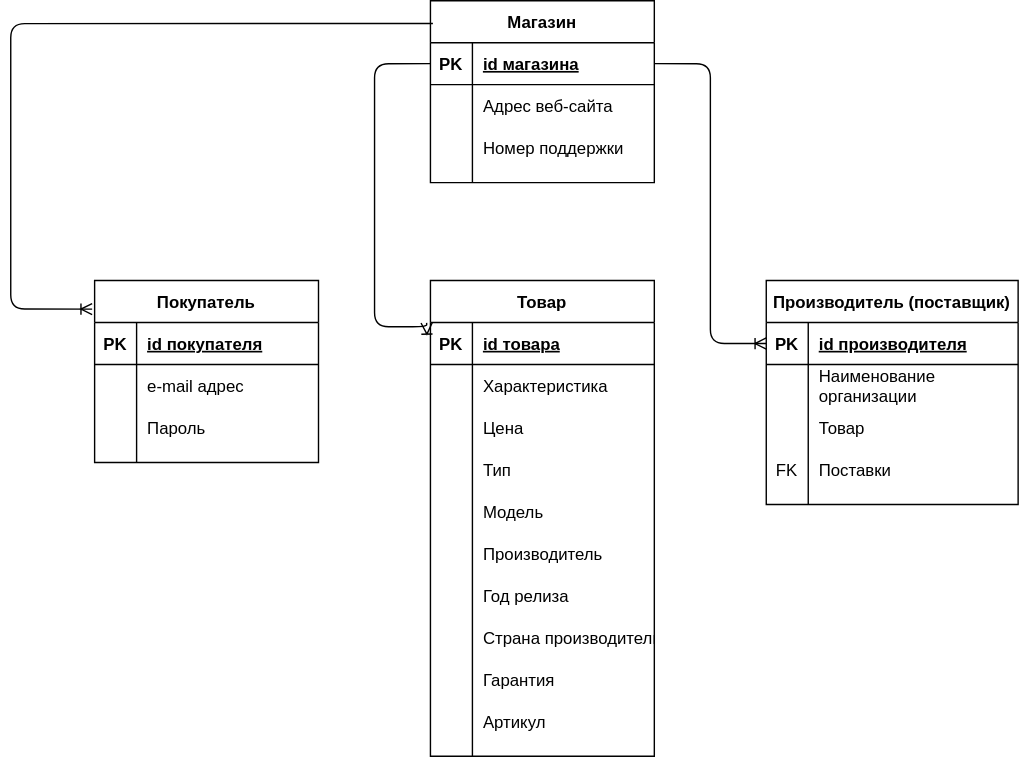
Earlier version of the draw.io export LogicDiag.svg (paw-wow/DataBase). Source tidied: cells renumbered, new cells last; positions are measured from the earlier drawing's top-left corner, leaving out a move shared by most shapes.
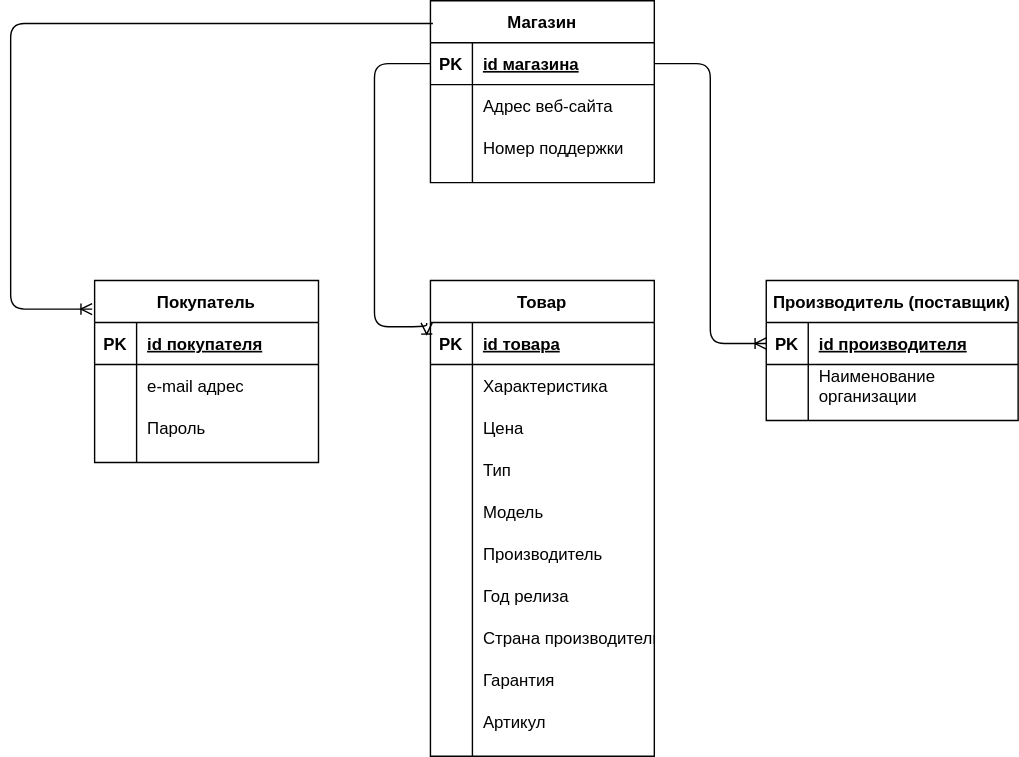
The same diagram one commit later.

Diff of the diagram source:
```diff
@@ -63,7 +63,7 @@
       <mxGeometry x="30" width="130" height="30" as="geometry" />
     </mxCell>
     <mxCell id="22" value="Производитель (поставщик)" style="shape=table;startSize=30;rowLines=0;fontStyle=1;align=center;" parent="1" vertex="1">
-      <mxGeometry x="540" y="200" width="180" height="160" as="geometry" />
+      <mxGeometry x="540" y="200" width="180" height="100" as="geometry" />
     </mxCell>
     <mxCell id="23" style="shape=partialRectangle;fillColor=none;top=0;left=0;bottom=1;right=0;points=[[0,0.5],[1,0.5]];portConstraint=eastwest;" parent="22" vertex="1">
       <mxGeometry y="30" width="180" height="30" as="geometry" />
@@ -83,24 +83,6 @@
     <mxCell id="28" value="Наименование &#10;организации" style="shape=partialRectangle;fillColor=none;top=0;left=0;bottom=0;right=0;align=left;spacingLeft=6;overflow=hidden;" parent="26" vertex="1">
       <mxGeometry x="30" width="150" height="30" as="geometry" />
     </mxCell>
-    <mxCell id="29" style="shape=partialRectangle;fillColor=none;top=0;left=0;bottom=0;right=0;" parent="22" vertex="1">
-      <mxGeometry y="90" width="180" height="30" as="geometry" />
-    </mxCell>
-    <mxCell id="30" style="shape=partialRectangle;fillColor=none;top=0;left=0;bottom=0;right=0;overflow=hidden;" parent="29" vertex="1">
-      <mxGeometry width="30" height="30" as="geometry" />
-    </mxCell>
-    <mxCell id="31" value="Товар" style="shape=partialRectangle;fillColor=none;top=0;left=0;bottom=0;right=0;align=left;spacingLeft=6;overflow=hidden;" parent="29" vertex="1">
-      <mxGeometry x="30" width="150" height="30" as="geometry" />
-    </mxCell>
-    <mxCell id="32" style="shape=partialRectangle;fillColor=none;top=0;left=0;bottom=0;right=0;" parent="22" vertex="1">
-      <mxGeometry y="120" width="180" height="30" as="geometry" />
-    </mxCell>
-    <mxCell id="33" value="FK" style="shape=partialRectangle;fillColor=none;top=0;left=0;bottom=0;right=0;overflow=hidden;" parent="32" vertex="1">
-      <mxGeometry width="30" height="30" as="geometry" />
-    </mxCell>
-    <mxCell id="34" value="Поставки" style="shape=partialRectangle;fillColor=none;top=0;left=0;bottom=0;right=0;align=left;spacingLeft=6;overflow=hidden;" parent="32" vertex="1">
-      <mxGeometry x="30" width="150" height="30" as="geometry" />
-    </mxCell>
     <mxCell id="35" value="Товар" style="shape=table;startSize=30;rowLines=0;fontStyle=1;align=center;" parent="1" vertex="1">
       <mxGeometry x="300" y="200" width="160" height="340" as="geometry" />
     </mxCell>
```
